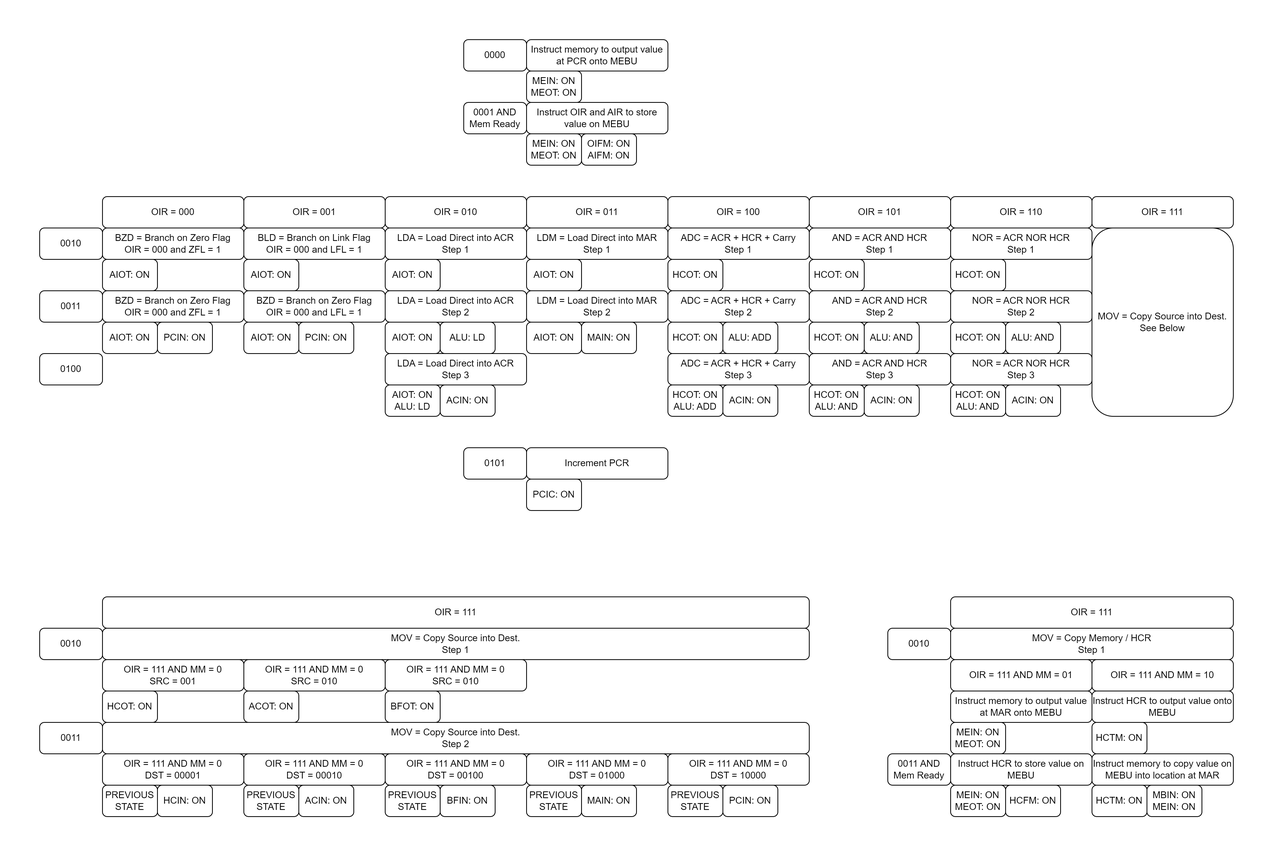
The draw.io diagram UE2/V7/State Machine/UE2_StateMachine.png in Nakazoto/UEVTC, before a commit. Source tidied: cells renumbered, new cells last; positions are measured from the earlier drawing's top-left corner, leaving out a move shared by most shapes.
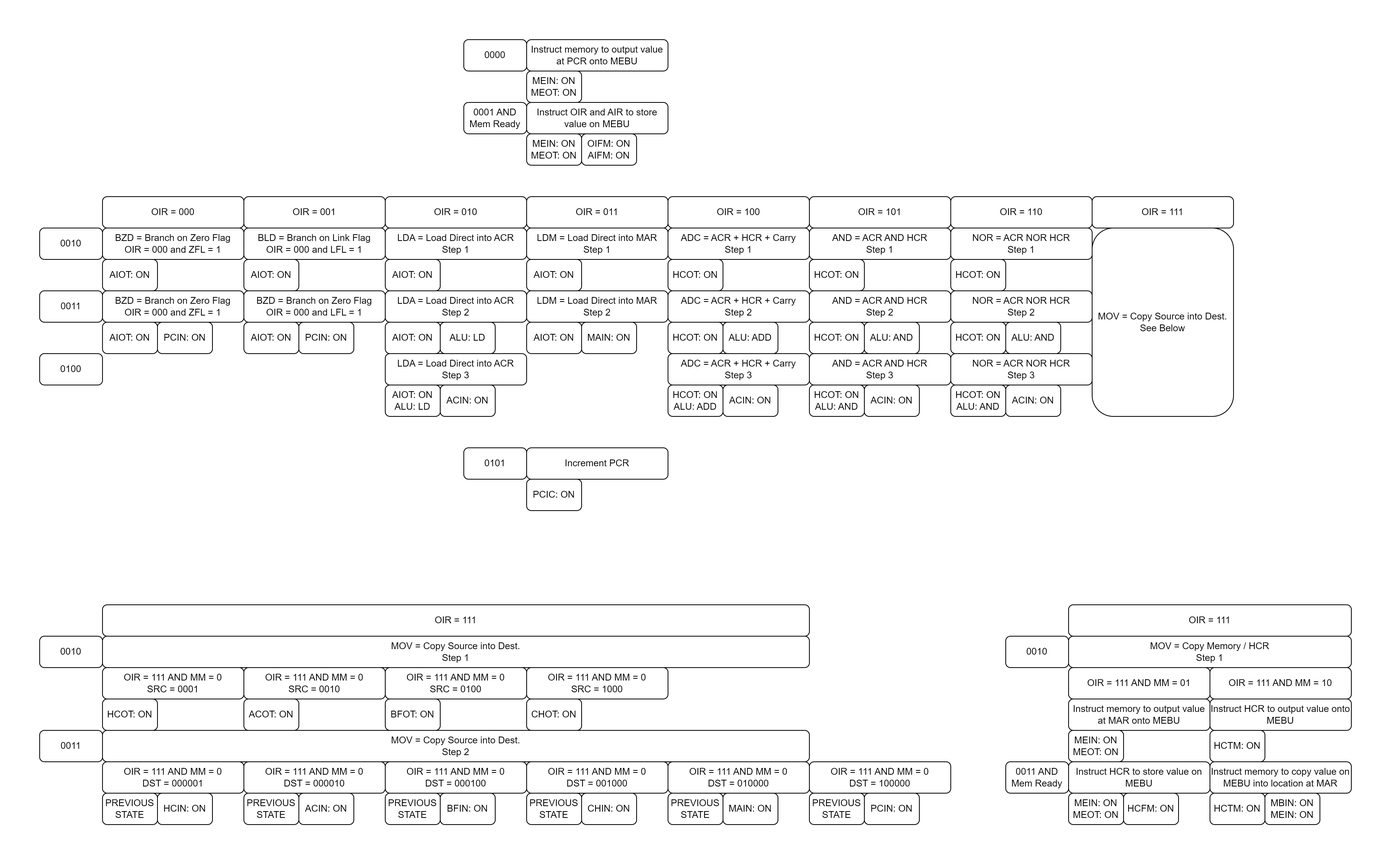
After the change.

The edit, as a diff of the source:
```diff
@@ -201,130 +201,130 @@
       <mxGeometry x="1340" y="240" width="180" height="240" as="geometry" />
     </mxCell>
     <mxCell id="68" value="OIR = 111" style="rounded=1;whiteSpace=wrap;html=1;" parent="1" vertex="1">
-      <mxGeometry x="80" y="710" width="900" height="40" as="geometry" />
+      <mxGeometry x="80" y="720" width="900" height="40" as="geometry" />
     </mxCell>
     <mxCell id="69" value="MOV = Copy Source into Dest.&lt;div&gt;Step 1&lt;/div&gt;" style="rounded=1;whiteSpace=wrap;html=1;" parent="1" vertex="1">
-      <mxGeometry x="80" y="750" width="900" height="40" as="geometry" />
+      <mxGeometry x="80" y="760" width="900" height="40" as="geometry" />
     </mxCell>
     <mxCell id="70" value="0010" style="rounded=1;whiteSpace=wrap;html=1;" parent="1" vertex="1">
-      <mxGeometry y="750" width="80" height="40" as="geometry" />
+      <mxGeometry y="760" width="80" height="40" as="geometry" />
     </mxCell>
-    <mxCell id="71" value="OIR = 111 AND MM = 0&lt;div&gt;SRC = 001&lt;/div&gt;" style="rounded=1;whiteSpace=wrap;html=1;" parent="1" vertex="1">
-      <mxGeometry x="80" y="790" width="180" height="40" as="geometry" />
+    <mxCell id="71" value="OIR = 111 AND MM = 0&lt;div&gt;SRC = 0001&lt;/div&gt;" style="rounded=1;whiteSpace=wrap;html=1;" parent="1" vertex="1">
+      <mxGeometry x="80" y="800" width="180" height="40" as="geometry" />
     </mxCell>
-    <mxCell id="72" value="OIR = 111 AND MM = 0&lt;div&gt;SRC = 010&lt;/div&gt;" style="rounded=1;whiteSpace=wrap;html=1;" parent="1" vertex="1">
-      <mxGeometry x="260" y="790" width="180" height="40" as="geometry" />
+    <mxCell id="72" value="OIR = 111 AND MM = 0&lt;div&gt;SRC = 0010&lt;/div&gt;" style="rounded=1;whiteSpace=wrap;html=1;" parent="1" vertex="1">
+      <mxGeometry x="260" y="800" width="180" height="40" as="geometry" />
     </mxCell>
-    <mxCell id="73" value="OIR = 111 AND MM = 0&lt;div&gt;SRC = 010&lt;/div&gt;" style="rounded=1;whiteSpace=wrap;html=1;" parent="1" vertex="1">
-      <mxGeometry x="440" y="790" width="180" height="40" as="geometry" />
+    <mxCell id="73" value="OIR = 111 AND MM = 0&lt;div&gt;SRC = 0100&lt;/div&gt;" style="rounded=1;whiteSpace=wrap;html=1;" parent="1" vertex="1">
+      <mxGeometry x="440" y="800" width="180" height="40" as="geometry" />
     </mxCell>
     <mxCell id="74" value="HCOT: ON" style="rounded=1;whiteSpace=wrap;html=1;" parent="1" vertex="1">
-      <mxGeometry x="80" y="830" width="70" height="40" as="geometry" />
+      <mxGeometry x="80" y="840" width="70" height="40" as="geometry" />
     </mxCell>
     <mxCell id="75" value="ACOT: ON" style="rounded=1;whiteSpace=wrap;html=1;" parent="1" vertex="1">
-      <mxGeometry x="260" y="830" width="70" height="40" as="geometry" />
+      <mxGeometry x="260" y="840" width="70" height="40" as="geometry" />
     </mxCell>
     <mxCell id="76" value="BFOT: ON" style="rounded=1;whiteSpace=wrap;html=1;" parent="1" vertex="1">
-      <mxGeometry x="440" y="830" width="70" height="40" as="geometry" />
+      <mxGeometry x="440" y="840" width="70" height="40" as="geometry" />
     </mxCell>
     <mxCell id="77" value="MOV = Copy Source into Dest.&lt;div&gt;Step 2&lt;/div&gt;" style="rounded=1;whiteSpace=wrap;html=1;" parent="1" vertex="1">
-      <mxGeometry x="80" y="870" width="900" height="40" as="geometry" />
+      <mxGeometry x="80" y="880" width="900" height="40" as="geometry" />
     </mxCell>
     <mxCell id="78" value="0011" style="rounded=1;whiteSpace=wrap;html=1;" parent="1" vertex="1">
-      <mxGeometry y="870" width="80" height="40" as="geometry" />
+      <mxGeometry y="880" width="80" height="40" as="geometry" />
     </mxCell>
     <mxCell id="79" value="PREVIOUS&lt;div&gt;STATE&lt;/div&gt;" style="rounded=1;whiteSpace=wrap;html=1;" parent="1" vertex="1">
-      <mxGeometry x="80" y="950" width="70" height="40" as="geometry" />
+      <mxGeometry x="80" y="960" width="70" height="40" as="geometry" />
     </mxCell>
-    <mxCell id="80" value="OIR = 111 AND MM = 0&lt;div&gt;DST = 00001&lt;/div&gt;" style="rounded=1;whiteSpace=wrap;html=1;" parent="1" vertex="1">
-      <mxGeometry x="80" y="910" width="180" height="40" as="geometry" />
+    <mxCell id="80" value="OIR = 111 AND MM = 0&lt;div&gt;DST = 000001&lt;/div&gt;" style="rounded=1;whiteSpace=wrap;html=1;" parent="1" vertex="1">
+      <mxGeometry x="80" y="920" width="180" height="40" as="geometry" />
     </mxCell>
-    <mxCell id="81" value="OIR = 111 AND MM = 0&lt;div&gt;DST = 00010&lt;/div&gt;" style="rounded=1;whiteSpace=wrap;html=1;" parent="1" vertex="1">
-      <mxGeometry x="260" y="910" width="180" height="40" as="geometry" />
+    <mxCell id="81" value="OIR = 111 AND MM = 0&lt;div&gt;DST = 000010&lt;/div&gt;" style="rounded=1;whiteSpace=wrap;html=1;" parent="1" vertex="1">
+      <mxGeometry x="260" y="920" width="180" height="40" as="geometry" />
     </mxCell>
-    <mxCell id="82" value="OIR = 111 AND MM = 0&lt;div&gt;DST = 00100&lt;/div&gt;" style="rounded=1;whiteSpace=wrap;html=1;" parent="1" vertex="1">
-      <mxGeometry x="440" y="910" width="180" height="40" as="geometry" />
+    <mxCell id="82" value="OIR = 111 AND MM = 0&lt;div&gt;DST = 000100&lt;/div&gt;" style="rounded=1;whiteSpace=wrap;html=1;" parent="1" vertex="1">
+      <mxGeometry x="440" y="920" width="180" height="40" as="geometry" />
     </mxCell>
-    <mxCell id="83" value="OIR = 111 AND MM = 0&lt;div&gt;DST = 01000&lt;/div&gt;" style="rounded=1;whiteSpace=wrap;html=1;" parent="1" vertex="1">
-      <mxGeometry x="620" y="910" width="180" height="40" as="geometry" />
+    <mxCell id="83" value="OIR = 111 AND MM = 0&lt;div&gt;DST = 001000&lt;/div&gt;" style="rounded=1;whiteSpace=wrap;html=1;" parent="1" vertex="1">
+      <mxGeometry x="620" y="920" width="180" height="40" as="geometry" />
     </mxCell>
-    <mxCell id="84" value="OIR = 111 AND MM = 0&lt;div&gt;DST = 10000&lt;/div&gt;" style="rounded=1;whiteSpace=wrap;html=1;" parent="1" vertex="1">
-      <mxGeometry x="800" y="910" width="180" height="40" as="geometry" />
+    <mxCell id="84" value="OIR = 111 AND MM = 0&lt;div&gt;DST = 010000&lt;/div&gt;" style="rounded=1;whiteSpace=wrap;html=1;" parent="1" vertex="1">
+      <mxGeometry x="800" y="920" width="180" height="40" as="geometry" />
     </mxCell>
     <mxCell id="85" value="PREVIOUS&lt;div&gt;STATE&lt;/div&gt;" style="rounded=1;whiteSpace=wrap;html=1;" parent="1" vertex="1">
-      <mxGeometry x="260" y="950" width="70" height="40" as="geometry" />
+      <mxGeometry x="260" y="960" width="70" height="40" as="geometry" />
     </mxCell>
     <mxCell id="86" value="PREVIOUS&lt;div&gt;STATE&lt;/div&gt;" style="rounded=1;whiteSpace=wrap;html=1;" parent="1" vertex="1">
-      <mxGeometry x="440" y="950" width="70" height="40" as="geometry" />
+      <mxGeometry x="440" y="960" width="70" height="40" as="geometry" />
     </mxCell>
     <mxCell id="87" value="PREVIOUS&lt;div&gt;STATE&lt;/div&gt;" style="rounded=1;whiteSpace=wrap;html=1;" parent="1" vertex="1">
-      <mxGeometry x="620" y="950" width="70" height="40" as="geometry" />
+      <mxGeometry x="620" y="960" width="70" height="40" as="geometry" />
     </mxCell>
     <mxCell id="88" value="PREVIOUS&lt;div&gt;STATE&lt;/div&gt;" style="rounded=1;whiteSpace=wrap;html=1;" parent="1" vertex="1">
-      <mxGeometry x="800" y="950" width="70" height="40" as="geometry" />
+      <mxGeometry x="800" y="960" width="70" height="40" as="geometry" />
     </mxCell>
     <mxCell id="89" value="HCIN: ON" style="rounded=1;whiteSpace=wrap;html=1;" parent="1" vertex="1">
-      <mxGeometry x="150" y="950" width="70" height="40" as="geometry" />
+      <mxGeometry x="150" y="960" width="70" height="40" as="geometry" />
     </mxCell>
     <mxCell id="90" value="ACIN: ON" style="rounded=1;whiteSpace=wrap;html=1;" parent="1" vertex="1">
-      <mxGeometry x="330" y="950" width="70" height="40" as="geometry" />
+      <mxGeometry x="330" y="960" width="70" height="40" as="geometry" />
     </mxCell>
     <mxCell id="91" value="BFIN: ON" style="rounded=1;whiteSpace=wrap;html=1;" parent="1" vertex="1">
-      <mxGeometry x="510" y="950" width="70" height="40" as="geometry" />
+      <mxGeometry x="510" y="960" width="70" height="40" as="geometry" />
     </mxCell>
-    <mxCell id="92" value="MAIN: ON" style="rounded=1;whiteSpace=wrap;html=1;" parent="1" vertex="1">
-      <mxGeometry x="690" y="950" width="70" height="40" as="geometry" />
+    <mxCell id="92" value="CHIN: ON" style="rounded=1;whiteSpace=wrap;html=1;" parent="1" vertex="1">
+      <mxGeometry x="690" y="960" width="70" height="40" as="geometry" />
     </mxCell>
-    <mxCell id="93" value="PCIN: ON" style="rounded=1;whiteSpace=wrap;html=1;" parent="1" vertex="1">
-      <mxGeometry x="870" y="950" width="70" height="40" as="geometry" />
+    <mxCell id="93" value="MAIN: ON" style="rounded=1;whiteSpace=wrap;html=1;" parent="1" vertex="1">
+      <mxGeometry x="870" y="960" width="70" height="40" as="geometry" />
     </mxCell>
     <mxCell id="94" value="OIR = 111" style="rounded=1;whiteSpace=wrap;html=1;" parent="1" vertex="1">
-      <mxGeometry x="1160" y="710" width="360" height="40" as="geometry" />
+      <mxGeometry x="1310" y="720" width="360" height="40" as="geometry" />
     </mxCell>
     <mxCell id="95" value="MOV = Copy Memory / HCR&lt;div&gt;Step 1&lt;/div&gt;" style="rounded=1;whiteSpace=wrap;html=1;" parent="1" vertex="1">
-      <mxGeometry x="1160" y="750" width="360" height="40" as="geometry" />
+      <mxGeometry x="1310" y="760" width="360" height="40" as="geometry" />
     </mxCell>
     <mxCell id="96" value="0010" style="rounded=1;whiteSpace=wrap;html=1;" parent="1" vertex="1">
-      <mxGeometry x="1080" y="750" width="80" height="40" as="geometry" />
+      <mxGeometry x="1230" y="760" width="80" height="40" as="geometry" />
     </mxCell>
     <mxCell id="97" value="OIR = 111 AND MM = 01" style="rounded=1;whiteSpace=wrap;html=1;" parent="1" vertex="1">
-      <mxGeometry x="1160" y="790" width="180" height="40" as="geometry" />
+      <mxGeometry x="1310" y="800" width="180" height="40" as="geometry" />
     </mxCell>
     <mxCell id="98" value="OIR = 111 AND MM = 10" style="rounded=1;whiteSpace=wrap;html=1;" parent="1" vertex="1">
-      <mxGeometry x="1340" y="790" width="180" height="40" as="geometry" />
+      <mxGeometry x="1490" y="800" width="180" height="40" as="geometry" />
     </mxCell>
     <mxCell id="99" value="MEIN: ON&lt;br&gt;MEOT: ON" style="rounded=1;whiteSpace=wrap;html=1;" parent="1" vertex="1">
-      <mxGeometry x="1160" y="870" width="70" height="40" as="geometry" />
+      <mxGeometry x="1310" y="880" width="70" height="40" as="geometry" />
     </mxCell>
     <mxCell id="100" value="Instruct memory to output value at MAR onto MEBU" style="rounded=1;whiteSpace=wrap;html=1;" parent="1" vertex="1">
-      <mxGeometry x="1160" y="830" width="180" height="40" as="geometry" />
+      <mxGeometry x="1310" y="840" width="180" height="40" as="geometry" />
     </mxCell>
     <mxCell id="101" value="0011 AND&lt;div&gt;Mem Ready&lt;/div&gt;" style="rounded=1;whiteSpace=wrap;html=1;" parent="1" vertex="1">
-      <mxGeometry x="1080" y="910" width="80" height="40" as="geometry" />
+      <mxGeometry x="1230" y="920" width="80" height="40" as="geometry" />
     </mxCell>
     <mxCell id="102" value="Instruct HCR to store value on MEBU" style="rounded=1;whiteSpace=wrap;html=1;" parent="1" vertex="1">
-      <mxGeometry x="1160" y="910" width="180" height="40" as="geometry" />
+      <mxGeometry x="1310" y="920" width="180" height="40" as="geometry" />
     </mxCell>
     <mxCell id="103" value="MEIN: ON&lt;br&gt;MEOT: ON" style="rounded=1;whiteSpace=wrap;html=1;" parent="1" vertex="1">
-      <mxGeometry x="1160" y="950" width="70" height="40" as="geometry" />
+      <mxGeometry x="1310" y="960" width="70" height="40" as="geometry" />
     </mxCell>
     <mxCell id="104" value="HCFM: ON" style="rounded=1;whiteSpace=wrap;html=1;" parent="1" vertex="1">
-      <mxGeometry x="1230" y="950" width="70" height="40" as="geometry" />
+      <mxGeometry x="1380" y="960" width="70" height="40" as="geometry" />
     </mxCell>
     <mxCell id="105" value="Instruct HCR to output value onto MEBU" style="rounded=1;whiteSpace=wrap;html=1;" parent="1" vertex="1">
-      <mxGeometry x="1340" y="830" width="180" height="40" as="geometry" />
+      <mxGeometry x="1490" y="840" width="180" height="40" as="geometry" />
     </mxCell>
     <mxCell id="106" value="HCTM: ON" style="rounded=1;whiteSpace=wrap;html=1;" parent="1" vertex="1">
-      <mxGeometry x="1340" y="870" width="70" height="40" as="geometry" />
+      <mxGeometry x="1490" y="880" width="70" height="40" as="geometry" />
     </mxCell>
     <mxCell id="107" value="Instruct memory to copy value on MEBU into location at MAR" style="rounded=1;whiteSpace=wrap;html=1;" parent="1" vertex="1">
-      <mxGeometry x="1340" y="910" width="180" height="40" as="geometry" />
+      <mxGeometry x="1490" y="920" width="180" height="40" as="geometry" />
     </mxCell>
     <mxCell id="108" value="HCTM: ON" style="rounded=1;whiteSpace=wrap;html=1;" parent="1" vertex="1">
-      <mxGeometry x="1340" y="950" width="70" height="40" as="geometry" />
+      <mxGeometry x="1490" y="960" width="70" height="40" as="geometry" />
     </mxCell>
     <mxCell id="109" value="MBIN: ON&lt;br&gt;MEIN: ON" style="rounded=1;whiteSpace=wrap;html=1;" parent="1" vertex="1">
-      <mxGeometry x="1410" y="950" width="70" height="40" as="geometry" />
+      <mxGeometry x="1560" y="960" width="70" height="40" as="geometry" />
     </mxCell>
     <mxCell id="110" value="Increment PCR" style="rounded=1;whiteSpace=wrap;html=1;" parent="1" vertex="1">
       <mxGeometry x="620" y="520" width="180" height="40" as="geometry" />
@@ -335,5 +335,20 @@
     <mxCell id="112" value="PCIC: ON" style="rounded=1;whiteSpace=wrap;html=1;" parent="1" vertex="1">
       <mxGeometry x="620" y="560" width="70" height="40" as="geometry" />
     </mxCell>
+    <mxCell id="113" value="OIR = 111 AND MM = 0&lt;div&gt;DST = 100000&lt;/div&gt;" style="rounded=1;whiteSpace=wrap;html=1;" parent="1" vertex="1">
+      <mxGeometry x="980" y="920" width="180" height="40" as="geometry" />
+    </mxCell>
+    <mxCell id="114" value="PREVIOUS&lt;div&gt;STATE&lt;/div&gt;" style="rounded=1;whiteSpace=wrap;html=1;" parent="1" vertex="1">
+      <mxGeometry x="980" y="960" width="70" height="40" as="geometry" />
+    </mxCell>
+    <mxCell id="115" value="PCIN: ON" style="rounded=1;whiteSpace=wrap;html=1;" parent="1" vertex="1">
+      <mxGeometry x="1050" y="960" width="70" height="40" as="geometry" />
+    </mxCell>
+    <mxCell id="116" value="OIR = 111 AND MM = 0&lt;div&gt;SRC = 1000&lt;/div&gt;" style="rounded=1;whiteSpace=wrap;html=1;" parent="1" vertex="1">
+      <mxGeometry x="620" y="800" width="180" height="40" as="geometry" />
+    </mxCell>
+    <mxCell id="117" value="CHOT: ON" style="rounded=1;whiteSpace=wrap;html=1;" parent="1" vertex="1">
+      <mxGeometry x="620" y="840" width="70" height="40" as="geometry" />
+    </mxCell>
   </root>
 </mxGraphModel>
```
